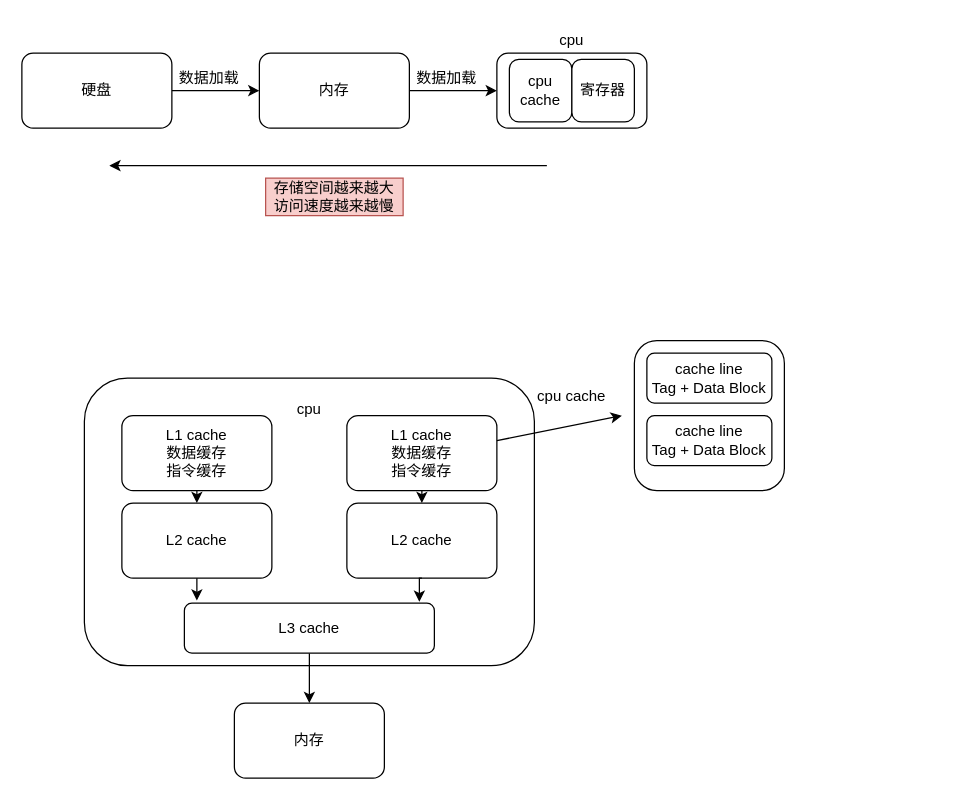
The draw.io diagram 操作系统.drawio in 1155200424/diagrams, before the edit. Source tidied: cells renumbered, new cells numbered last; positions are measured from the earlier drawing's top-left corner, leaving out a move shared by most shapes. Both pictures are drawn from the tidied source at 125%, with x=0, y=0 at pixel (21, 21).
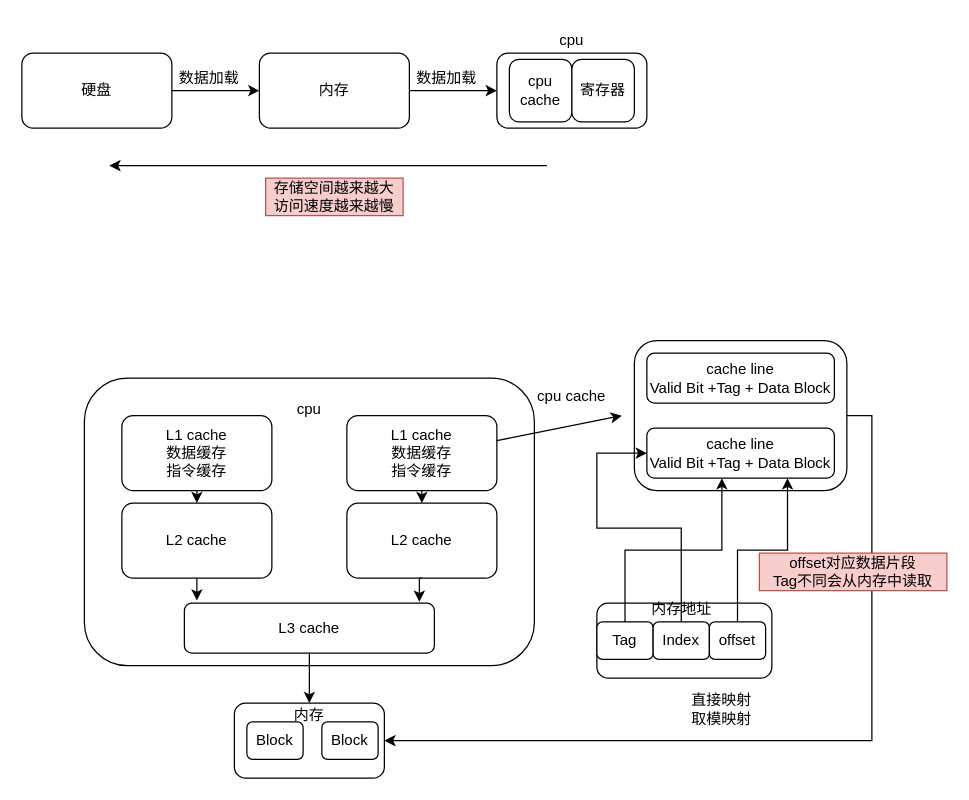
Above is the later version.

Commit message (it also covers changes not shown here):
更新操作系统.drawio

Change to the diagram source:
```diff
@@
-    <mxCell id="25" value="内存" style="rounded=1;whiteSpace=wrap;html=1;" parent="1" vertex="1">
+    <mxCell id="25" style="rounded=1;whiteSpace=wrap;html=1;" parent="1" vertex="1">
       <mxGeometry x="170" y="545" width="120" height="60" as="geometry" />
     </mxCell>
@@
+    <mxCell id="32" style="edgeStyle=orthogonalEdgeStyle;rounded=0;jettySize=auto;html=1;exitX=1;exitY=0.5;exitDx=0;exitDy=0;entryX=1;entryY=0.5;entryDx=0;entryDy=0;" parent="1" edge="1" source="27" target="25">
+      <mxGeometry relative="1" as="geometry" />
+    </mxCell>
     <mxCell id="27" style="rounded=1;whiteSpace=wrap;html=1;" parent="1" vertex="1">
-      <mxGeometry x="490" y="255" width="120" height="120" as="geometry" />
+      <mxGeometry x="490" y="255" width="170" height="120" as="geometry" />
     </mxCell>
-    <mxCell id="28" value="cache line&lt;br&gt;Tag + Data Block" style="rounded=1;whiteSpace=wrap;html=1;" parent="1" vertex="1">
-      <mxGeometry x="500" y="265" width="100" height="40" as="geometry" />
+    <mxCell id="28" value="cache line&lt;br&gt;Valid Bit +Tag + Data Block" style="rounded=1;whiteSpace=wrap;html=1;" parent="1" vertex="1">
+      <mxGeometry x="500" y="265" width="150" height="40" as="geometry" />
     </mxCell>
-    <mxCell id="29" value="cache line&lt;br&gt;Tag + Data Block" style="rounded=1;whiteSpace=wrap;html=1;" parent="1" vertex="1">
-      <mxGeometry x="500" y="315" width="100" height="40" as="geometry" />
-    </mxCell>
@@
+    <mxCell id="33" value="直接映射&lt;br&gt;取模映射" style="text;html=1;align=center;verticalAlign=middle;whiteSpace=wrap;rounded=0;" parent="1" vertex="1">
+      <mxGeometry x="530" y="535" width="60" height="30" as="geometry" />
+    </mxCell>
+    <mxCell id="34" value="Block" style="rounded=1;whiteSpace=wrap;html=1;" parent="1" vertex="1">
+      <mxGeometry x="180" y="560" width="45" height="30" as="geometry" />
+    </mxCell>
+    <mxCell id="35" value="Block" style="rounded=1;whiteSpace=wrap;html=1;" parent="1" vertex="1">
+      <mxGeometry x="240" y="560" width="45" height="30" as="geometry" />
+    </mxCell>
+    <mxCell id="36" value="cache line&lt;br&gt;Valid Bit +Tag + Data Block" style="rounded=1;whiteSpace=wrap;html=1;" parent="1" vertex="1">
+      <mxGeometry x="500" y="325" width="150" height="40" as="geometry" />
+    </mxCell>
+    <mxCell id="37" style="rounded=1;whiteSpace=wrap;html=1;" parent="1" vertex="1">
+      <mxGeometry x="460" y="465" width="140" height="60" as="geometry" />
+    </mxCell>
+    <mxCell id="38" value="Tag" style="rounded=1;whiteSpace=wrap;html=1;" parent="1" vertex="1">
+      <mxGeometry x="460" y="480" width="45" height="30" as="geometry" />
+    </mxCell>
+    <mxCell id="39" style="edgeStyle=orthogonalEdgeStyle;rounded=0;jettySize=auto;html=1;exitX=0.5;exitY=0;exitDx=0;exitDy=0;entryX=0;entryY=0.5;entryDx=0;entryDy=0;" parent="1" edge="1" source="40" target="36">
+      <mxGeometry relative="1" as="geometry">
+        <Array as="points">
+          <mxPoint x="528" y="405" />
+          <mxPoint x="460" y="405" />
+          <mxPoint x="460" y="345" />
+        </Array>
+      </mxGeometry>
+    </mxCell>
+    <mxCell id="40" value="Index" style="rounded=1;whiteSpace=wrap;html=1;" parent="1" vertex="1">
+      <mxGeometry x="505" y="480" width="45" height="30" as="geometry" />
+    </mxCell>
+    <mxCell id="41" style="edgeStyle=orthogonalEdgeStyle;rounded=0;jettySize=auto;html=1;exitX=0.5;exitY=0;exitDx=0;exitDy=0;entryX=0.75;entryY=1;entryDx=0;entryDy=0;" parent="1" edge="1" source="42" target="36">
+      <mxGeometry relative="1" as="geometry" />
+    </mxCell>
+    <mxCell id="42" value="offset" style="rounded=1;whiteSpace=wrap;html=1;" parent="1" vertex="1">
+      <mxGeometry x="550" y="480" width="45" height="30" as="geometry" />
+    </mxCell>
+    <mxCell id="43" style="edgeStyle=orthogonalEdgeStyle;rounded=0;jettySize=auto;html=1;exitX=0.5;exitY=0;exitDx=0;exitDy=0;entryX=0.4;entryY=1;entryDx=0;entryDy=0;entryPerimeter=0;" parent="1" edge="1" source="38" target="36">
+      <mxGeometry relative="1" as="geometry" />
+    </mxCell>
+    <mxCell id="44" value="offset对应数据片段&lt;br&gt;Tag不同会从内存中读取" style="text;html=1;align=center;verticalAlign=middle;whiteSpace=wrap;rounded=0;fillColor=#f8cecc;strokeColor=#b85450;" parent="1" vertex="1">
+      <mxGeometry x="590" y="425" width="150" height="30" as="geometry" />
+    </mxCell>
+    <mxCell id="45" value="内存" style="text;html=1;align=center;verticalAlign=middle;whiteSpace=wrap;rounded=0;" parent="1" vertex="1">
+      <mxGeometry x="200" y="540" width="60" height="30" as="geometry" />
+    </mxCell>
+    <mxCell id="46" value="内存地址" style="text;html=1;align=center;verticalAlign=middle;whiteSpace=wrap;rounded=0;" parent="1" vertex="1">
+      <mxGeometry x="497.5" y="455" width="60" height="30" as="geometry" />
+    </mxCell>
```
